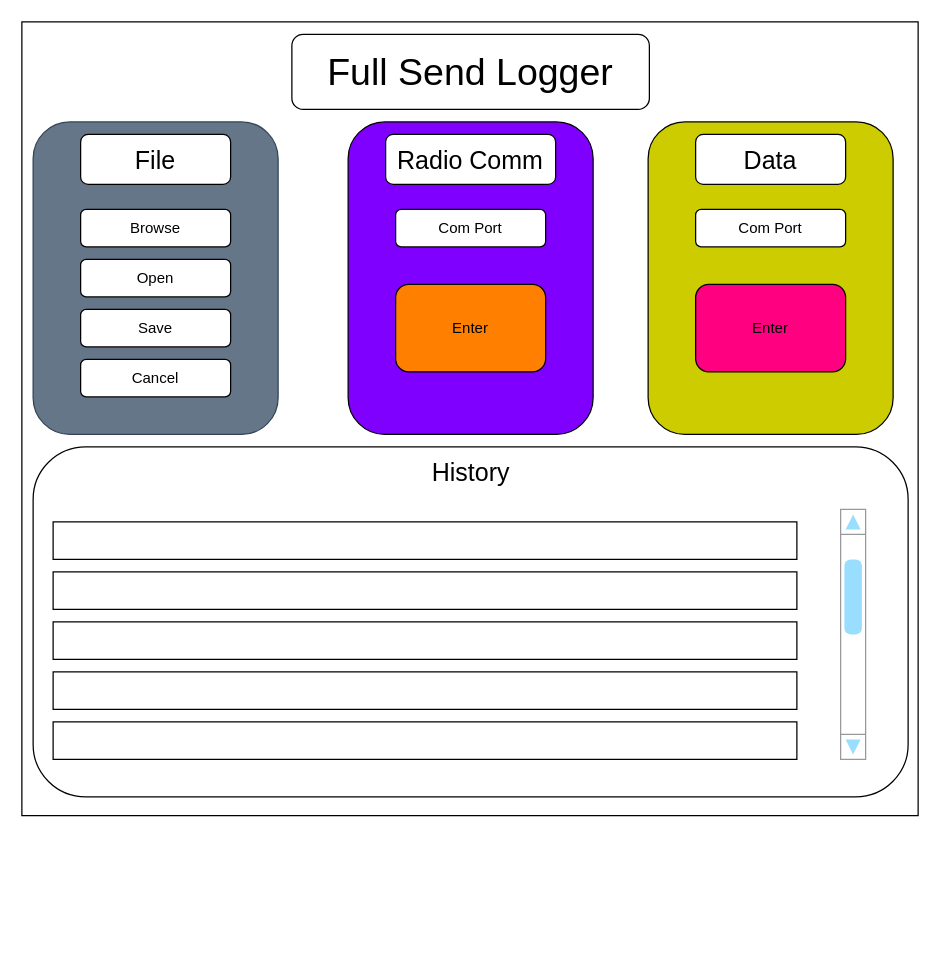
Yobeh-blek/FullSend_Logger keeps this draw.io diagram as page "Main webpage" (1 of 5) of pictures/WEB View dashboard.drawio. Above is the earlier version. Source tidied: cells renumbered, new cells numbered last; positions are measured from the earlier drawing's top-left corner, leaving out a move shared by most shapes. Both pictures are drawn from the tidied source at 125%, with x=0, y=0 at pixel (21, 21).
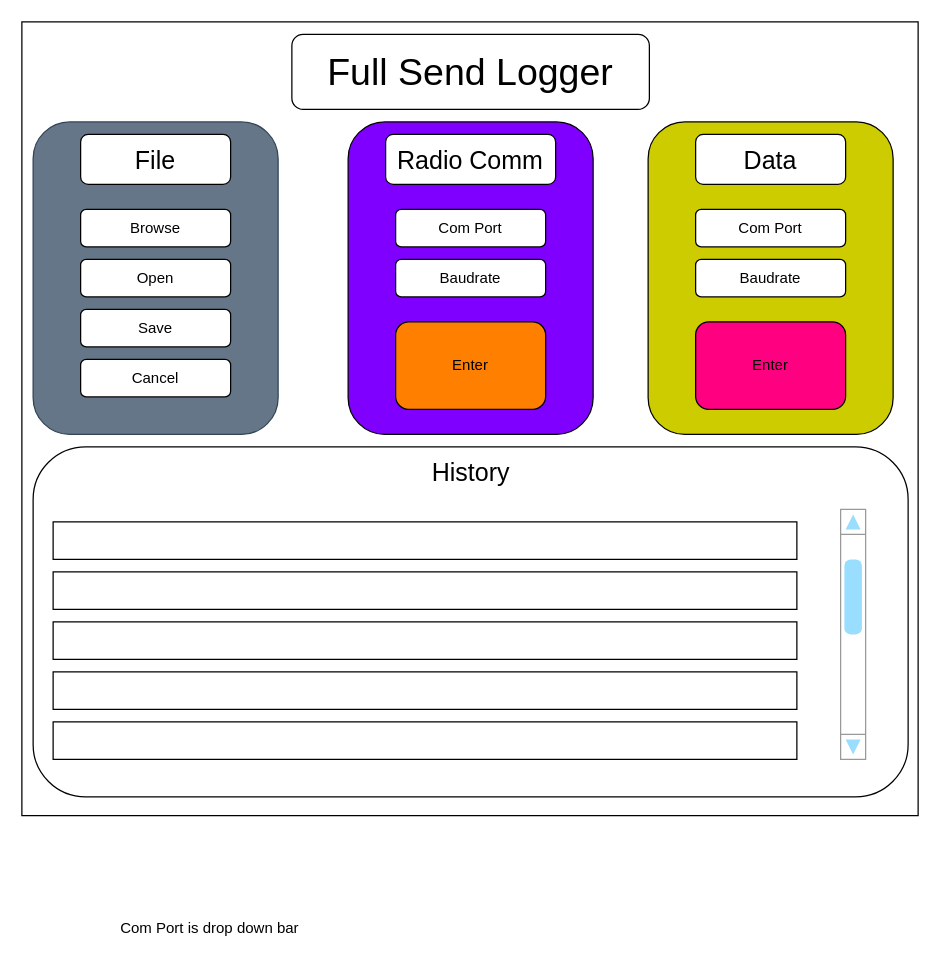
The same diagram, later.

The edit, as a diff of the source:
```diff
@@
     <mxCell id="22" value="Enter" style="rounded=1;whiteSpace=wrap;html=1;fillColor=#FF8000;" parent="1" vertex="1">
-      <mxGeometry x="299" y="210" width="120" height="70" as="geometry" />
+      <mxGeometry x="299" y="240" width="120" height="70" as="geometry" />
     </mxCell>
     <mxCell id="23" value="Enter" style="rounded=1;whiteSpace=wrap;html=1;fillColor=#FF0080;" parent="1" vertex="1">
-      <mxGeometry x="539" y="210" width="120" height="70" as="geometry" />
+      <mxGeometry x="539" y="240" width="120" height="70" as="geometry" />
     </mxCell>
@@
+    <mxCell id="26" value="Com Port is drop down bar" style="text;html=1;align=center;verticalAlign=middle;strokeColor=none;fillColor=none;" parent="1" vertex="1">
+      <mxGeometry x="65" y="710" width="170" height="30" as="geometry" />
+    </mxCell>
+    <mxCell id="27" value="Baudrate" style="rounded=1;whiteSpace=wrap;html=1;" parent="1" vertex="1">
+      <mxGeometry x="299" y="190" width="120" height="30" as="geometry" />
+    </mxCell>
+    <mxCell id="28" value="Baudrate" style="rounded=1;whiteSpace=wrap;html=1;" parent="1" vertex="1">
+      <mxGeometry x="539" y="190" width="120" height="30" as="geometry" />
+    </mxCell>
```
